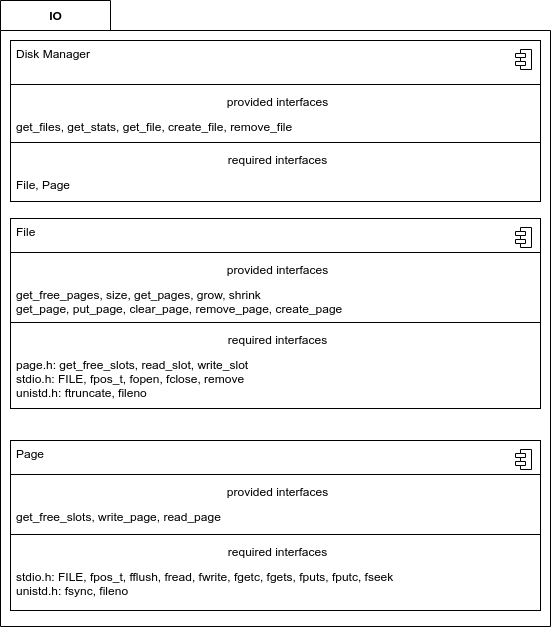
SomeUserName1/master keeps this draw.io diagram as doc/user_guide/img/io_arch.png. Above is the earlier version. Source tidied: cells renumbered, new cells last; positions are measured from the earlier drawing's top-left corner, leaving out a move shared by most shapes.
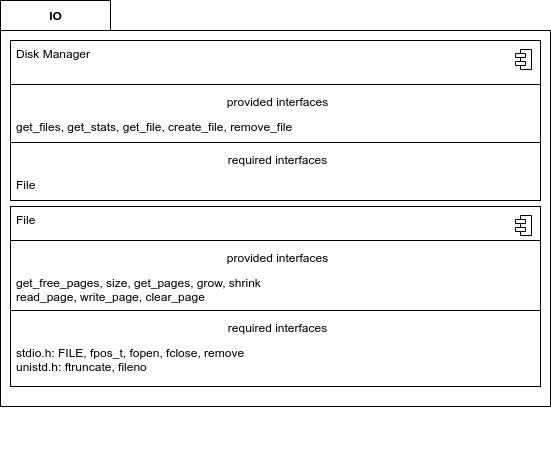
Above is the later version.

The edit, as a diff of the source:
```diff
@@ -3,39 +3,10 @@
     <mxCell id="0" />
     <mxCell id="1" parent="0" />
     <mxCell id="2" value="IO" style="shape=folder;fontStyle=1;tabWidth=110;tabHeight=30;tabPosition=left;html=1;boundedLbl=1;labelInHeader=1;" parent="1" vertex="1">
-      <mxGeometry width="550" height="626" as="geometry" />
+      <mxGeometry width="550" height="406" as="geometry" />
     </mxCell>
-    <mxCell id="3" style="fontStyle=1;align=center;verticalAlign=top;horizontal=1;" parent="1" vertex="1">
-      <mxGeometry x="10" y="440" width="530" height="170" as="geometry" />
-    </mxCell>
-    <mxCell id="4" value="Page" style="html=1;align=left;spacingLeft=4;verticalAlign=top;strokeColor=none;fillColor=none;" parent="3" vertex="1">
-      <mxGeometry width="530" height="30" as="geometry" />
-    </mxCell>
-    <mxCell id="5" style="shape=module;jettyWidth=10;jettyHeight=4;" parent="4" vertex="1">
-      <mxGeometry x="1" width="16" height="20" relative="1" as="geometry">
-        <mxPoint x="-25" y="9" as="offset" />
-      </mxGeometry>
-    </mxCell>
-    <mxCell id="6" style="line;strokeWidth=1;fillColor=none;align=left;verticalAlign=middle;spacingTop=-1;spacingLeft=3;spacingRight=3;labelPosition=right;" parent="3" vertex="1">
-      <mxGeometry y="30" width="530" height="8" as="geometry" />
-    </mxCell>
-    <mxCell id="7" value="provided interfaces" style="html=1;align=center;spacingLeft=4;verticalAlign=top;strokeColor=none;fillColor=none;" parent="3" vertex="1">
-      <mxGeometry y="38" width="530" height="25" as="geometry" />
-    </mxCell>
-    <mxCell id="8" value="get_free_slots, write_page, read_page" style="html=1;align=left;spacingLeft=4;verticalAlign=top;strokeColor=none;fillColor=none;" parent="3" vertex="1">
-      <mxGeometry y="63" width="530" height="27" as="geometry" />
-    </mxCell>
-    <mxCell id="9" style="line;strokeWidth=1;fillColor=none;align=left;verticalAlign=middle;spacingTop=-1;spacingLeft=3;spacingRight=3;labelPosition=right;" parent="3" vertex="1">
-      <mxGeometry y="90" width="530" height="8" as="geometry" />
-    </mxCell>
-    <mxCell id="10" value="required interfaces" style="html=1;align=center;spacingLeft=4;verticalAlign=top;strokeColor=none;fillColor=none;" parent="3" vertex="1">
-      <mxGeometry y="98" width="530" height="25" as="geometry" />
-    </mxCell>
-    <mxCell id="11" value="stdio.h: FILE, fpos_t, fflush, fread, fwrite,&amp;nbsp;fgetc, fgets, fputs, fputc, fseek&lt;br&gt;unistd.h: fsync, fileno" style="html=1;align=left;spacingLeft=4;verticalAlign=top;strokeColor=none;fillColor=none;" parent="3" vertex="1">
-      <mxGeometry y="123" width="530" height="47" as="geometry" />
-    </mxCell>
     <mxCell id="12" style="fontStyle=1;align=center;verticalAlign=top;horizontal=1;" parent="1" vertex="1">
-      <mxGeometry x="10" y="218" width="530" height="190" as="geometry" />
+      <mxGeometry x="10" y="206" width="530" height="180" as="geometry" />
     </mxCell>
     <mxCell id="13" value="File" style="html=1;align=left;spacingLeft=4;verticalAlign=top;strokeColor=none;fillColor=none;" parent="12" vertex="1">
       <mxGeometry width="530" height="30" as="geometry" />
@@ -51,7 +22,7 @@
     <mxCell id="16" value="provided interfaces" style="html=1;align=center;spacingLeft=4;verticalAlign=top;strokeColor=none;fillColor=none;" parent="12" vertex="1">
       <mxGeometry y="38" width="530" height="25" as="geometry" />
     </mxCell>
-    <mxCell id="17" value="get_free_pages, size, get_pages, grow, shrink&lt;br&gt;get_page, put_page, clear_page, remove_page, create_page" style="html=1;align=left;spacingLeft=4;verticalAlign=top;strokeColor=none;fillColor=none;" parent="12" vertex="1">
+    <mxCell id="17" value="get_free_pages, size, get_pages, grow, shrink&lt;br&gt;read_page, write_page, clear_page" style="html=1;align=left;spacingLeft=4;verticalAlign=top;strokeColor=none;fillColor=none;" parent="12" vertex="1">
       <mxGeometry y="63" width="530" height="37" as="geometry" />
     </mxCell>
     <mxCell id="18" style="line;strokeWidth=1;fillColor=none;align=left;verticalAlign=middle;spacingTop=-1;spacingLeft=3;spacingRight=3;labelPosition=right;" parent="12" vertex="1">
@@ -60,14 +31,14 @@
     <mxCell id="19" value="required interfaces" style="html=1;align=center;spacingLeft=4;verticalAlign=top;strokeColor=none;fillColor=none;" parent="12" vertex="1">
       <mxGeometry y="108" width="530" height="25" as="geometry" />
     </mxCell>
-    <mxCell id="20" value="page.h: get_free_slots, read_slot, write_slot&lt;br&gt;stdio.h: FILE, fpos_t, fopen, fclose, remove&lt;br&gt;unistd.h: ftruncate, fileno&lt;span style=&quot;color: rgba(0 , 0 , 0 , 0) ; font-family: monospace ; font-size: 0px&quot;&gt;hModel%3E%3Croot%3E%3CmxCell%20id%3D%220%22%2F%3E%3CmxCell%20id%3D%221%22%20parent%3D%220%22%2F%3E%3CmxCell%20id%3D%222%22%20value%3D%22%26lt%3Bspan%20style%3D%26quot%3Btext-align%3A%20left%26quot%3B%26gt%3BFILE%2C%20fpos_t%2C%20fopen%2C%20fclose%2C%20%2C%26amp%3Bnbsp%3B%26lt%3B%2Fspan%26gt%3B%22%20style%3D%22text%3Bhtml%3D1%3Balign%3Dcenter%3BverticalAlign%3Dmiddle%3Bresizable%3D0%3Bpoints%3D%5B%5D%3Bautosize%3D1%3B%22%20vertex%3D%221%22%20parent%3D%221%22%3E%3CmxGeometry%20x%3D%22-35%22%20y%3D%22660%22%20width%3D%22170%22%20height%3D%2220%22%20as%3D%22geometry%22%2F%3E%3C%2FmxCell%3E%3C%2Froot%3E%3C%2FmxGraphModel%3sssss´´´´´´´&lt;/span&gt;&lt;br&gt;&lt;span style=&quot;color: rgba(0 , 0 , 0 , 0) ; font-family: monospace ; font-size: 0px&quot;&gt;%3CmxGraphModel%3E%3Croot%3E%3CmxCell%20id%3D%220%22%2F%3E%3CmxCell%20id%3D%221%22%20parent%3D%220%22%2F%3E%3CmxCell%20id%3D%222%22%20value%3D%22%26lt%3Bspan%20style%3D%26quot%3Btext-align%3A%20left%26quot%3B%26gt%3BFILE%2C%20fpos_t%2C%20fopen%2C%20fclose%2C%20%2C%26amp%3Bnbsp%3B%26lt%3B%2Fspan%26gt%3B%22%20style%3D%22text%3Bhtml%3D1%3Balign%3Dcenter%3BverticalAlign%3Dmiddle%3Bresizable%3D0%3Bpoints%3D%5B%5D%3Bautosize%3D1%3B%22%20vertex%3D%221%22%20parent%3D%221%22%3E%3CmxGeometry%20x%3D%22-35%22%20y%3D%22660%22%20width%3D%22170%22%20height%3D%2220%22%20as%3D%22geometry%22%2F%3E%3C%2FmxCell%3E%3C%2Froot%3E%3C%2FmxGraphModel%3E&lt;/span&gt;&lt;span style=&quot;color: rgba(0 , 0 , 0 , 0) ; font-family: monospace ; font-size: 0px&quot;&gt;%3CmxGraphModel%3E%3Croot%3E%3CmxCell%20id%3D%220%22%2F%3E%3CmxCell%20id%3D%221%22%20parent%3D%220%22%2F%3E%3CmxCell%20id%3D%222%22%20value%3D%22%26lt%3Bspan%20style%3D%26quot%3Btext-align%3A%20left%26quot%3B%26gt%3BFILE%2C%20fpos_t%2C%20fopen%2C%20fclose%2C%20%2C%26amp%3Bnbsp%3B%26lt%3B%2Fspan%26gt%3B%22%20style%3D%22text%3Bhtml%3D1%3Balign%3Dcenter%3BverticalAlign%3Dmiddle%3Bresizable%3D0%3Bpoints%3D%5B%5D%3Bautosize%3D1%3B%22%20vertex%3D%221%22%20parent%3D%221%22%3E%3CmxGeometry%20x%3D%22-35%22%20y%3D%22660%22%20width%3D%22170%22%20height%3D%2220%22%20as%3D%22geometry%22%2F%3E%3C%2FmxCell%3E%3C%2Froot%3E%3C%2FmxGraphModel%3E&lt;/span&gt;" style="html=1;align=left;spacingLeft=4;verticalAlign=top;strokeColor=none;fillColor=none;" parent="12" vertex="1">
-      <mxGeometry y="133" width="530" height="57" as="geometry" />
+    <mxCell id="20" value="stdio.h: FILE, fpos_t, fopen, fclose, remove&lt;br&gt;unistd.h: ftruncate, fileno&lt;span style=&quot;color: rgba(0 , 0 , 0 , 0) ; font-family: monospace ; font-size: 0px&quot;&gt;hModel%3E%3Croot%3E%3CmxCell%20id%3D%220%22%2F%3E%3CmxCell%20id%3D%221%22%20parent%3D%220%22%2F%3E%3CmxCell%20id%3D%222%22%20value%3D%22%26lt%3Bspan%20style%3D%26quot%3Btext-align%3A%20left%26quot%3B%26gt%3BFILE%2C%20fpos_t%2C%20fopen%2C%20fclose%2C%20%2C%26amp%3Bnbsp%3B%26lt%3B%2Fspan%26gt%3B%22%20style%3D%22text%3Bhtml%3D1%3Balign%3Dcenter%3BverticalAlign%3Dmiddle%3Bresizable%3D0%3Bpoints%3D%5B%5D%3Bautosize%3D1%3B%22%20vertex%3D%221%22%20parent%3D%221%22%3E%3CmxGeometry%20x%3D%22-35%22%20y%3D%22660%22%20width%3D%22170%22%20height%3D%2220%22%20as%3D%22geometry%22%2F%3E%3C%2FmxCell%3E%3C%2Froot%3E%3C%2FmxGraphModel%3sssss´´´´´´´&lt;/span&gt;&lt;br&gt;&lt;span style=&quot;color: rgba(0 , 0 , 0 , 0) ; font-family: monospace ; font-size: 0px&quot;&gt;%3CmxGraphModel%3E%3Croot%3E%3CmxCell%20id%3D%220%22%2F%3E%3CmxCell%20id%3D%221%22%20parent%3D%220%22%2F%3E%3CmxCell%20id%3D%222%22%20value%3D%22%26lt%3Bspan%20style%3D%26quot%3Btext-align%3A%20left%26quot%3B%26gt%3BFILE%2C%20fpos_t%2C%20fopen%2C%20fclose%2C%20%2C%26amp%3Bnbsp%3B%26lt%3B%2Fspan%26gt%3B%22%20style%3D%22text%3Bhtml%3D1%3Balign%3Dcenter%3BverticalAlign%3Dmiddle%3Bresizable%3D0%3Bpoints%3D%5B%5D%3Bautosize%3D1%3B%22%20vertex%3D%221%22%20parent%3D%221%22%3E%3CmxGeometry%20x%3D%22-35%22%20y%3D%22660%22%20width%3D%22170%22%20height%3D%2220%22%20as%3D%22geometry%22%2F%3E%3C%2FmxCell%3E%3C%2Froot%3E%3C%2FmxGraphModel%3E&lt;/span&gt;&lt;span style=&quot;color: rgba(0 , 0 , 0 , 0) ; font-family: monospace ; font-size: 0px&quot;&gt;%3CmxGraphModel%3E%3Croot%3E%3CmxCell%20id%3D%220%22%2F%3E%3CmxCell%20id%3D%221%22%20parent%3D%220%22%2F%3E%3CmxCell%20id%3D%222%22%20value%3D%22%26lt%3Bspan%20style%3D%26quot%3Btext-align%3A%20left%26quot%3B%26gt%3BFILE%2C%20fpos_t%2C%20fopen%2C%20fclose%2C%20%2C%26amp%3Bnbsp%3B%26lt%3B%2Fspan%26gt%3B%22%20style%3D%22text%3Bhtml%3D1%3Balign%3Dcenter%3BverticalAlign%3Dmiddle%3Bresizable%3D0%3Bpoints%3D%5B%5D%3Bautosize%3D1%3B%22%20vertex%3D%221%22%20parent%3D%221%22%3E%3CmxGeometry%20x%3D%22-35%22%20y%3D%22660%22%20width%3D%22170%22%20height%3D%2220%22%20as%3D%22geometry%22%2F%3E%3C%2FmxCell%3E%3C%2Froot%3E%3C%2FmxGraphModel%3E&lt;/span&gt;" style="html=1;align=left;spacingLeft=4;verticalAlign=top;strokeColor=none;fillColor=none;" parent="12" vertex="1">
+      <mxGeometry y="133" width="530" height="47" as="geometry" />
     </mxCell>
     <mxCell id="21" value="&lt;span style=&quot;color: rgba(0 , 0 , 0 , 0) ; font-family: monospace ; font-size: 0px&quot;&gt;%3CmxGraphModel%3E%3Croot%3E%3CmxCell%20id%3D%220%22%2F%3E%3CmxCell%20id%3D%221%22%20parent%3D%220%22%2F%3E%3CmxCell%20id%3D%222%22%20value%3D%22%26lt%3Bspan%20style%3D%26quot%3Btext-align%3A%20left%26quot%3B%26gt%3BFILE%2C%20fpos_t%2C%20fopen%2C%20fclose%2C%20%2C%26amp%3Bnbsp%3B%26lt%3B%2Fspan%26gt%3B%22%20style%3D%22text%3Bhtml%3D1%3Balign%3Dcenter%3BverticalAlign%3Dmiddle%3Bresizable%3D0%3Bpoints%3D%5B%5D%3Bautosize%3D1%3B%22%20vertex%3D%221%22%20parent%3D%221%22%3E%3CmxGeometry%20x%3D%22-35%22%20y%3D%22660%22%20width%3D%22170%22%20height%3D%2220%22%20as%3D%22geometry%22%2F%3E%3C%2FmxCell%3E%3C%2Froot%3E%3C%2FmxGraphModel%3E&lt;/span&gt;" style="text;html=1;align=center;verticalAlign=middle;" parent="1" vertex="1">
       <mxGeometry x="170" y="436" width="20" height="20" as="geometry" />
     </mxCell>
     <mxCell id="22" style="fontStyle=1;align=center;verticalAlign=top;horizontal=1;" parent="1" vertex="1">
-      <mxGeometry x="10" y="40" width="530" height="161" as="geometry" />
+      <mxGeometry x="10" y="40" width="530" height="160" as="geometry" />
     </mxCell>
     <mxCell id="23" value="Disk Manager" style="html=1;align=left;spacingLeft=4;verticalAlign=top;strokeColor=none;fillColor=none;" parent="22" vertex="1">
       <mxGeometry width="530" height="40" as="geometry" />
@@ -92,8 +63,8 @@
     <mxCell id="29" value="required interfaces" style="html=1;align=center;spacingLeft=4;verticalAlign=top;strokeColor=none;fillColor=none;" parent="22" vertex="1">
       <mxGeometry y="106" width="530" height="25" as="geometry" />
     </mxCell>
-    <mxCell id="30" value="File, Page" style="html=1;align=left;spacingLeft=4;verticalAlign=top;strokeColor=none;fillColor=none;" parent="22" vertex="1">
-      <mxGeometry y="131" width="530" height="30" as="geometry" />
+    <mxCell id="30" value="File" style="html=1;align=left;spacingLeft=4;verticalAlign=top;strokeColor=none;fillColor=none;" parent="22" vertex="1">
+      <mxGeometry y="131" width="530" height="29" as="geometry" />
     </mxCell>
   </root>
 </mxGraphModel>
```
